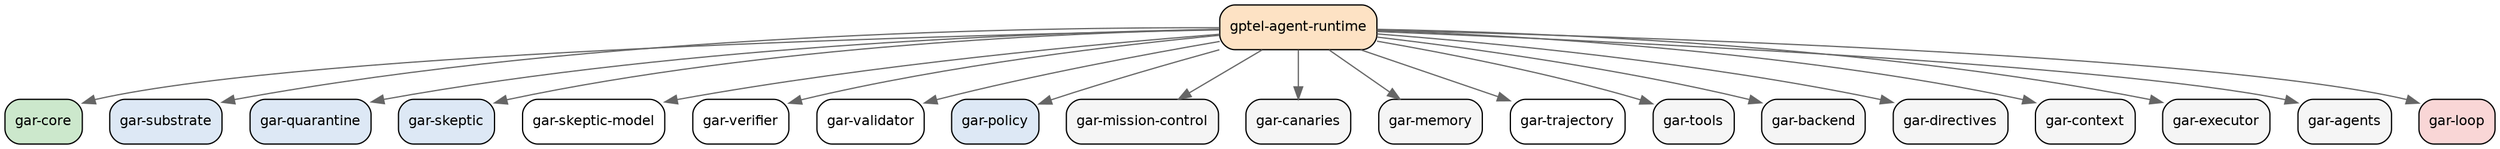
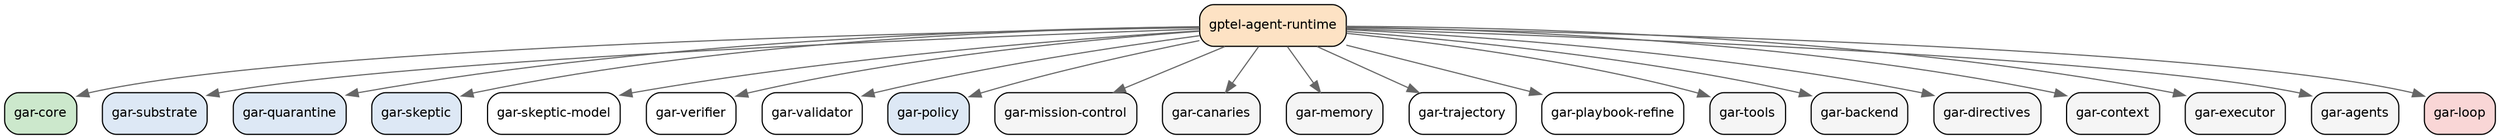
// Auto-generated by scripts/refresh-dep-graph.el. Do not edit by hand.
// Edges point from a module to the modules it (require)s.
digraph gptel_agent_runtime {
  rankdir=TB;
  node [shape=box, style="rounded,filled", fontname="Helvetica", fontsize=11];
  edge [fontname="Helvetica", fontsize=9, color="#666666"];
  graph [splines=true, nodesep=0.3, ranksep=0.55];
  "gptel-agent-runtime" [label="gptel-agent-runtime", fillcolor="#fde2c4", ordering="out"];
  "gar-core" [label="gar-core", fillcolor="#cce8cc"];
  "gar-substrate" [label="gar-substrate", fillcolor="#dde8f5"];
  "gar-quarantine" [label="gar-quarantine", fillcolor="#dde8f5"];
  "gar-skeptic" [label="gar-skeptic", fillcolor="#dde8f5"];
  "gar-skeptic-model" [label="gar-skeptic-model", fillcolor="#ffffff"];
  "gar-verifier" [label="gar-verifier", fillcolor="#ffffff"];
  "gar-validator" [label="gar-validator", fillcolor="#ffffff"];
  "gar-policy" [label="gar-policy", fillcolor="#dde8f5"];
  "gar-mission-control" [label="gar-mission-control", fillcolor="#f5f5f5"];
  "gar-canaries" [label="gar-canaries", fillcolor="#f5f5f5"];
  "gar-memory" [label="gar-memory", fillcolor="#f5f5f5"];
  "gar-trajectory" [label="gar-trajectory", fillcolor="#ffffff"];
+   "gar-playbook-refine" [label="gar-playbook-refine", fillcolor="#ffffff"];
  "gar-tools" [label="gar-tools", fillcolor="#f5f5f5"];
  "gar-backend" [label="gar-backend", fillcolor="#f5f5f5"];
  "gar-directives" [label="gar-directives", fillcolor="#f5f5f5"];
  "gar-context" [label="gar-context", fillcolor="#f5f5f5"];
  "gar-executor" [label="gar-executor", fillcolor="#f5f5f5"];
  "gar-agents" [label="gar-agents", fillcolor="#f5f5f5"];
  "gar-loop" [label="gar-loop", fillcolor="#f9d6d6"];
  "gptel-agent-runtime" -> "gar-core";
  "gptel-agent-runtime" -> "gar-substrate";
  "gptel-agent-runtime" -> "gar-quarantine";
  "gptel-agent-runtime" -> "gar-skeptic";
  "gptel-agent-runtime" -> "gar-skeptic-model";
  "gptel-agent-runtime" -> "gar-verifier";
  "gptel-agent-runtime" -> "gar-validator";
  "gptel-agent-runtime" -> "gar-policy";
  "gptel-agent-runtime" -> "gar-mission-control";
  "gptel-agent-runtime" -> "gar-canaries";
  "gptel-agent-runtime" -> "gar-memory";
  "gptel-agent-runtime" -> "gar-trajectory";
+   "gptel-agent-runtime" -> "gar-playbook-refine";
  "gptel-agent-runtime" -> "gar-tools";
  "gptel-agent-runtime" -> "gar-backend";
  "gptel-agent-runtime" -> "gar-directives";
  "gptel-agent-runtime" -> "gar-context";
  "gptel-agent-runtime" -> "gar-executor";
  "gptel-agent-runtime" -> "gar-agents";
  "gptel-agent-runtime" -> "gar-loop";
}
